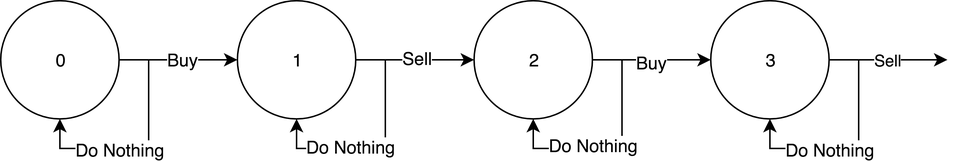
The draw.io diagram img/state-machine.png in Mirage-Zero-Nine/Mirage-Zero-Nine.github.io, before a commit. Source tidied: cells renumbered, new cells last; positions are measured from the earlier drawing's top-left corner, leaving out a move shared by most shapes.
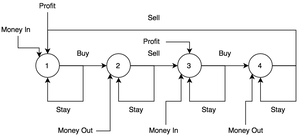
After the change.

The edit, as a diff of the source:
```diff
@@ -2,68 +2,135 @@
   <root>
     <mxCell id="0" />
     <mxCell id="1" parent="0" />
-    <mxCell id="2" style="edgeStyle=orthogonalEdgeStyle;rounded=0;jettySize=auto;html=1;exitX=1;exitY=0.5;exitDx=0;exitDy=0;entryX=0;entryY=0.5;entryDx=0;entryDy=0;" parent="1" edge="1" source="4" target="7">
-      <mxGeometry relative="1" as="geometry" />
-    </mxCell>
-    <mxCell id="3" value="Buy" style="text;html=1;align=center;verticalAlign=middle;labelBackgroundColor=#ffffff;" parent="2" vertex="1">
-      <mxGeometry x="0.07" y="1" relative="1" as="geometry" />
-    </mxCell>
-    <mxCell id="4" value="0" style="ellipse;whiteSpace=wrap;html=1;" parent="1" vertex="1">
-      <mxGeometry width="80" height="80" as="geometry" />
-    </mxCell>
     <mxCell id="5" style="edgeStyle=orthogonalEdgeStyle;rounded=0;jettySize=auto;html=1;exitX=1;exitY=0.5;exitDx=0;exitDy=0;" parent="1" edge="1" source="7" target="10">
       <mxGeometry relative="1" as="geometry" />
     </mxCell>
-    <mxCell id="6" value="Sell" style="text;html=1;align=center;verticalAlign=middle;labelBackgroundColor=#ffffff;" parent="5" vertex="1">
-      <mxGeometry x="0.03" y="2" relative="1" as="geometry" />
-    </mxCell>
+    <mxCell id="15" style="edgeStyle=orthogonalEdgeStyle;rounded=0;orthogonalLoop=1;jettySize=auto;html=1;exitX=1;exitY=0.5;exitDx=0;exitDy=0;entryX=0.5;entryY=1;entryDx=0;entryDy=0;" parent="1" edge="1" source="7" target="7">
+      <mxGeometry relative="1" as="geometry">
+        <Array as="points">
+          <mxPoint x="160" y="140" />
+          <mxPoint x="160" y="200" />
+          <mxPoint x="100" y="200" />
+        </Array>
+      </mxGeometry>
+    </mxCell>
     <mxCell id="7" value="1" style="ellipse;whiteSpace=wrap;html=1;" parent="1" vertex="1">
-      <mxGeometry x="160" width="80" height="80" as="geometry" />
+      <mxGeometry x="80" y="120" width="40" height="40" as="geometry" />
     </mxCell>
-    <mxCell id="8" style="edgeStyle=orthogonalEdgeStyle;rounded=0;jettySize=auto;html=1;exitX=1;exitY=0.5;exitDx=0;exitDy=0;entryX=0;entryY=0.5;entryDx=0;entryDy=0;" parent="1" edge="1" source="10" target="12">
+    <mxCell id="8" style="edgeStyle=orthogonalEdgeStyle;rounded=0;jettySize=auto;html=1;exitX=1;exitY=0.5;exitDx=0;exitDy=0;" parent="1" edge="1" source="10" target="12">
       <mxGeometry relative="1" as="geometry" />
     </mxCell>
-    <mxCell id="9" value="Buy&lt;br&gt;" style="text;html=1;align=center;verticalAlign=middle;labelBackgroundColor=#ffffff;" parent="8" vertex="1">
-      <mxGeometry y="-1" relative="1" as="geometry" />
-    </mxCell>
     <mxCell id="10" value="2" style="ellipse;whiteSpace=wrap;html=1;" parent="1" vertex="1">
-      <mxGeometry x="320" width="80" height="80" as="geometry" />
+      <mxGeometry x="200" y="120" width="40" height="40" as="geometry" />
     </mxCell>
-    <mxCell id="11" value="Sell&lt;br&gt;" style="edgeStyle=orthogonalEdgeStyle;rounded=0;jettySize=auto;html=1;exitX=1;exitY=0.5;exitDx=0;exitDy=0;" parent="1" edge="1" source="12">
-      <mxGeometry relative="1" as="geometry">
-        <mxPoint x="640" y="40" as="targetPoint" />
-      </mxGeometry>
-    </mxCell>
+    <mxCell id="21" style="edgeStyle=orthogonalEdgeStyle;rounded=0;jettySize=auto;html=1;exitX=1;exitY=0.5;exitDx=0;exitDy=0;entryX=0;entryY=0.5;entryDx=0;entryDy=0;" parent="1" edge="1" source="12" target="24">
+      <mxGeometry relative="1" as="geometry" />
+    </mxCell>
+    <mxCell id="19" style="edgeStyle=orthogonalEdgeStyle;rounded=0;orthogonalLoop=1;jettySize=auto;html=1;exitX=1;exitY=0.5;exitDx=0;exitDy=0;entryX=0.5;entryY=1;entryDx=0;entryDy=0;" parent="1" edge="1" source="12" target="12">
+      <mxGeometry relative="1" as="geometry">
+        <Array as="points">
+          <mxPoint x="400" y="140" />
+          <mxPoint x="400" y="200" />
+          <mxPoint x="340" y="200" />
+        </Array>
+      </mxGeometry>
+    </mxCell>
     <mxCell id="12" value="3" style="ellipse;whiteSpace=wrap;html=1;" parent="1" vertex="1">
-      <mxGeometry x="480" width="80" height="80" as="geometry" />
+      <mxGeometry x="320" y="120" width="40" height="40" as="geometry" />
     </mxCell>
-    <mxCell id="13" style="edgeStyle=orthogonalEdgeStyle;rounded=0;orthogonalLoop=1;jettySize=auto;html=1;exitX=1;exitY=0.5;exitDx=0;exitDy=0;entryX=0.5;entryY=1;entryDx=0;entryDy=0;" parent="1" edge="1" source="4" target="4">
-      <mxGeometry relative="1" as="geometry" />
-    </mxCell>
-    <mxCell id="14" value="Do Nothing&lt;br&gt;" style="text;html=1;align=center;verticalAlign=middle;labelBackgroundColor=#ffffff;" parent="13" vertex="1">
-      <mxGeometry x="0.17" y="-2" relative="1" as="geometry">
-        <mxPoint x="-6" y="2" as="offset" />
-      </mxGeometry>
-    </mxCell>
-    <mxCell id="15" style="edgeStyle=orthogonalEdgeStyle;rounded=0;orthogonalLoop=1;jettySize=auto;html=1;exitX=1;exitY=0.5;exitDx=0;exitDy=0;entryX=0.5;entryY=1;entryDx=0;entryDy=0;" parent="1" edge="1" source="7" target="7">
-      <mxGeometry relative="1" as="geometry" />
-    </mxCell>
-    <mxCell id="16" value="Do Nothing" style="text;html=1;align=center;verticalAlign=middle;labelBackgroundColor=#ffffff;" parent="15" vertex="1">
-      <mxGeometry x="0.3" y="-2" relative="1" as="geometry" />
-    </mxCell>
+    <mxCell id="22" style="edgeStyle=orthogonalEdgeStyle;rounded=0;jettySize=auto;html=1;exitX=1;exitY=0.5;exitDx=0;exitDy=0;entryX=0.5;entryY=0;entryDx=0;entryDy=0;" parent="1" edge="1" source="24" target="7">
+      <mxGeometry relative="1" as="geometry">
+        <Array as="points">
+          <mxPoint x="520" y="140" />
+          <mxPoint x="520" y="80" />
+          <mxPoint x="100" y="80" />
+        </Array>
+      </mxGeometry>
+    </mxCell>
+    <mxCell id="23" style="edgeStyle=orthogonalEdgeStyle;rounded=0;orthogonalLoop=1;jettySize=auto;html=1;exitX=1;exitY=0.5;exitDx=0;exitDy=0;" parent="1" edge="1" source="24" target="24">
+      <mxGeometry relative="1" as="geometry">
+        <Array as="points">
+          <mxPoint x="520" y="140" />
+          <mxPoint x="520" y="200" />
+          <mxPoint x="460" y="200" />
+        </Array>
+      </mxGeometry>
+    </mxCell>
+    <mxCell id="24" value="4" style="ellipse;whiteSpace=wrap;html=1;" parent="1" vertex="1">
+      <mxGeometry x="440" y="120" width="40" height="40" as="geometry" />
+    </mxCell>
+    <mxCell id="25" value="Buy" style="text;html=1;align=center;verticalAlign=top;spacingTop=-4;" parent="1" vertex="1">
+      <mxGeometry x="140" y="110" width="40" height="20" as="geometry" />
+    </mxCell>
+    <mxCell id="26" value="Sell" style="text;html=1;align=center;verticalAlign=top;spacingTop=-4;" parent="1" vertex="1">
+      <mxGeometry x="260" y="110" width="40" height="20" as="geometry" />
+    </mxCell>
+    <mxCell id="27" value="Buy" style="text;html=1;align=center;verticalAlign=top;spacingTop=-4;" parent="1" vertex="1">
+      <mxGeometry x="380" y="110" width="40" height="20" as="geometry" />
+    </mxCell>
+    <mxCell id="28" value="Sell" style="text;html=1;align=center;verticalAlign=top;spacingTop=-4;" parent="1" vertex="1">
+      <mxGeometry x="260" y="50" width="40" height="20" as="geometry" />
+    </mxCell>
     <mxCell id="17" style="edgeStyle=orthogonalEdgeStyle;rounded=0;orthogonalLoop=1;jettySize=auto;html=1;exitX=1;exitY=0.5;exitDx=0;exitDy=0;entryX=0.5;entryY=1;entryDx=0;entryDy=0;" parent="1" edge="1" source="10" target="10">
-      <mxGeometry relative="1" as="geometry" />
+      <mxGeometry relative="1" as="geometry">
+        <Array as="points">
+          <mxPoint x="280" y="140" />
+          <mxPoint x="280" y="200" />
+          <mxPoint x="220" y="200" />
+        </Array>
+      </mxGeometry>
     </mxCell>
-    <mxCell id="18" value="Do Nothing" style="text;html=1;align=center;verticalAlign=middle;labelBackgroundColor=#ffffff;" parent="17" vertex="1">
-      <mxGeometry x="0.25" y="-3" relative="1" as="geometry" />
-    </mxCell>
-    <mxCell id="19" style="edgeStyle=orthogonalEdgeStyle;rounded=0;orthogonalLoop=1;jettySize=auto;html=1;exitX=1;exitY=0.5;exitDx=0;exitDy=0;entryX=0.5;entryY=1;entryDx=0;entryDy=0;" parent="1" edge="1" source="12" target="12">
-      <mxGeometry relative="1" as="geometry" />
-    </mxCell>
-    <mxCell id="20" value="Do Nothing" style="text;html=1;align=center;verticalAlign=middle;labelBackgroundColor=#ffffff;" parent="19" vertex="1">
-      <mxGeometry x="0.41" y="-3" relative="1" as="geometry">
-        <mxPoint x="13" y="3" as="offset" />
-      </mxGeometry>
-    </mxCell>
+    <mxCell id="29" value="Stay" style="text;html=1;align=center;verticalAlign=top;spacingTop=-4;" parent="1" vertex="1">
+      <mxGeometry x="107" y="205" width="40" height="20" as="geometry" />
+    </mxCell>
+    <mxCell id="30" value="Stay" style="text;html=1;align=center;verticalAlign=top;spacingTop=-4;" parent="1" vertex="1">
+      <mxGeometry x="230" y="205" width="40" height="20" as="geometry" />
+    </mxCell>
+    <mxCell id="31" value="Stay" style="text;html=1;align=center;verticalAlign=top;spacingTop=-4;" parent="1" vertex="1">
+      <mxGeometry x="353" y="205" width="40" height="20" as="geometry" />
+    </mxCell>
+    <mxCell id="32" value="Stay" style="text;html=1;align=center;verticalAlign=top;spacingTop=-4;" parent="1" vertex="1">
+      <mxGeometry x="470" y="205" width="40" height="20" as="geometry" />
+    </mxCell>
+    <mxCell id="33" style="edgeStyle=orthogonalEdgeStyle;rounded=0;jettySize=auto;html=1;entryX=0.011;entryY=0.236;entryDx=0;entryDy=0;entryPerimeter=0;" parent="1" edge="1" source="34" target="12">
+      <mxGeometry relative="1" as="geometry" />
+    </mxCell>
+    <mxCell id="34" value="Profit" style="text;html=1;points=[];align=left;verticalAlign=top;spacingTop=-4;" parent="1" vertex="1">
+      <mxGeometry x="260" y="90" width="40" height="20" as="geometry" />
+    </mxCell>
+    <mxCell id="35" style="edgeStyle=orthogonalEdgeStyle;rounded=0;jettySize=auto;html=1;entryX=0.5;entryY=0;entryDx=0;entryDy=0;" parent="1" edge="1" source="36" target="7">
+      <mxGeometry relative="1" as="geometry" />
+    </mxCell>
+    <mxCell id="36" value="Profit" style="text;html=1;points=[];align=center;verticalAlign=top;spacingTop=-4;" parent="1" vertex="1">
+      <mxGeometry x="80" y="30" width="40" height="20" as="geometry" />
+    </mxCell>
+    <mxCell id="37" style="edgeStyle=orthogonalEdgeStyle;rounded=0;jettySize=auto;html=1;entryX=0;entryY=1;entryDx=0;entryDy=0;" parent="1" edge="1" source="38" target="10">
+      <mxGeometry relative="1" as="geometry">
+        <Array as="points">
+          <mxPoint x="206" y="250" />
+        </Array>
+      </mxGeometry>
+    </mxCell>
+    <mxCell id="38" value="Money Out" style="text;html=1;points=[];align=center;verticalAlign=top;spacingTop=-4;" parent="1" vertex="1">
+      <mxGeometry x="112" y="240" width="70" height="20" as="geometry" />
+    </mxCell>
+    <mxCell id="39" style="edgeStyle=orthogonalEdgeStyle;rounded=0;jettySize=auto;html=1;entryX=0;entryY=1;entryDx=0;entryDy=0;" parent="1" edge="1" source="40" target="12">
+      <mxGeometry relative="1" as="geometry" />
+    </mxCell>
+    <mxCell id="40" value="Money In" style="text;html=1;points=[];align=left;verticalAlign=top;spacingTop=-4;" parent="1" vertex="1">
+      <mxGeometry x="270" y="240" width="60" height="20" as="geometry" />
+    </mxCell>
+    <mxCell id="41" style="edgeStyle=orthogonalEdgeStyle;rounded=0;jettySize=auto;html=1;entryX=0;entryY=1;entryDx=0;entryDy=0;" parent="1" edge="1" source="42" target="24">
+      <mxGeometry relative="1" as="geometry" />
+    </mxCell>
+    <mxCell id="42" value="Money Out" style="text;html=1;points=[];align=center;verticalAlign=top;spacingTop=-4;" parent="1" vertex="1">
+      <mxGeometry x="400" y="240" width="70" height="20" as="geometry" />
+    </mxCell>
+    <mxCell id="43" style="edgeStyle=orthogonalEdgeStyle;rounded=0;jettySize=auto;html=1;entryX=0;entryY=0;entryDx=0;entryDy=0;" parent="1" edge="1" source="44" target="7">
+      <mxGeometry relative="1" as="geometry" />
+    </mxCell>
+    <mxCell id="44" value="Money In" style="text;html=1;points=[];align=left;verticalAlign=top;spacingTop=-4;" parent="1" vertex="1">
+      <mxGeometry x="20" y="70" width="60" height="20" as="geometry" />
+    </mxCell>
   </root>
 </mxGraphModel>
```
